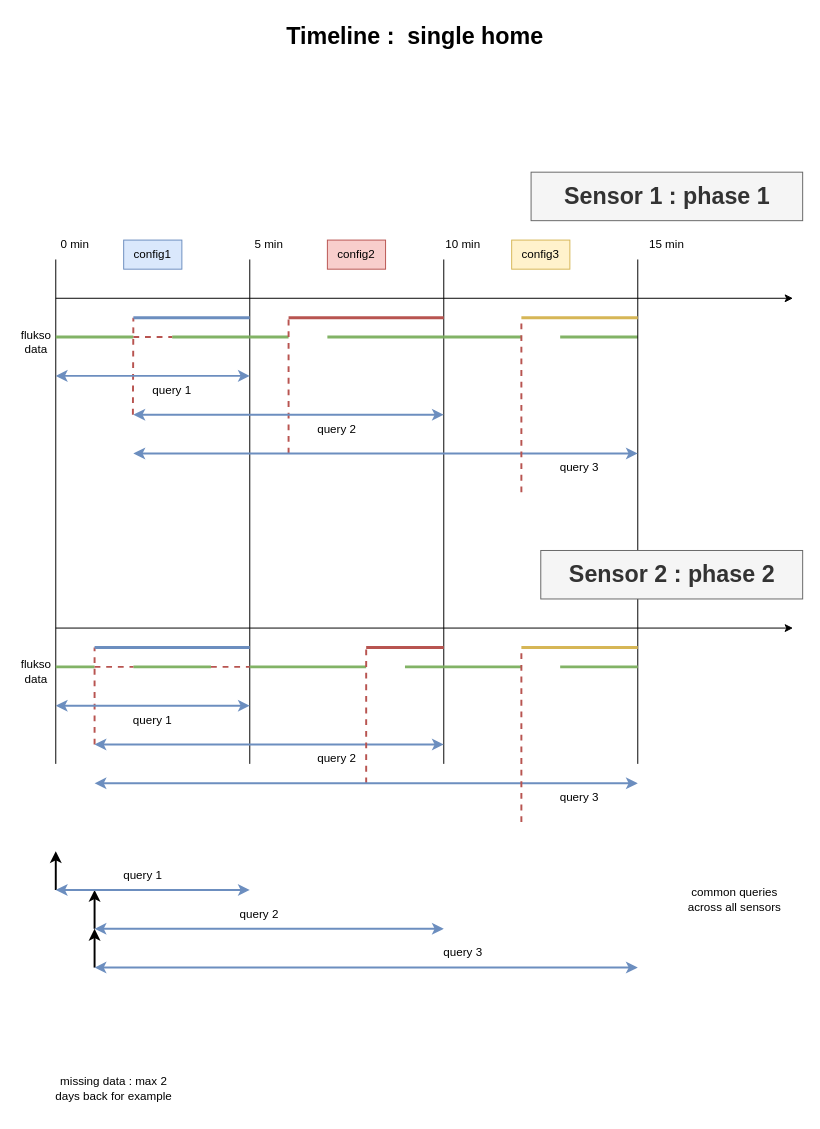
Earlier version of the draw.io diagram page "config_timelines" (11 of 11) of documentation/documentation_diagrams.drawio (AlexandreHnf/Voisin-d-energie-ULB). Source tidied: cells renumbered, new cells numbered last; positions are measured from the earlier drawing's top-left corner, leaving out a move shared by most shapes. Both pictures are drawn from the tidied source at 97%, with x=0, y=0 at pixel (16, 16).
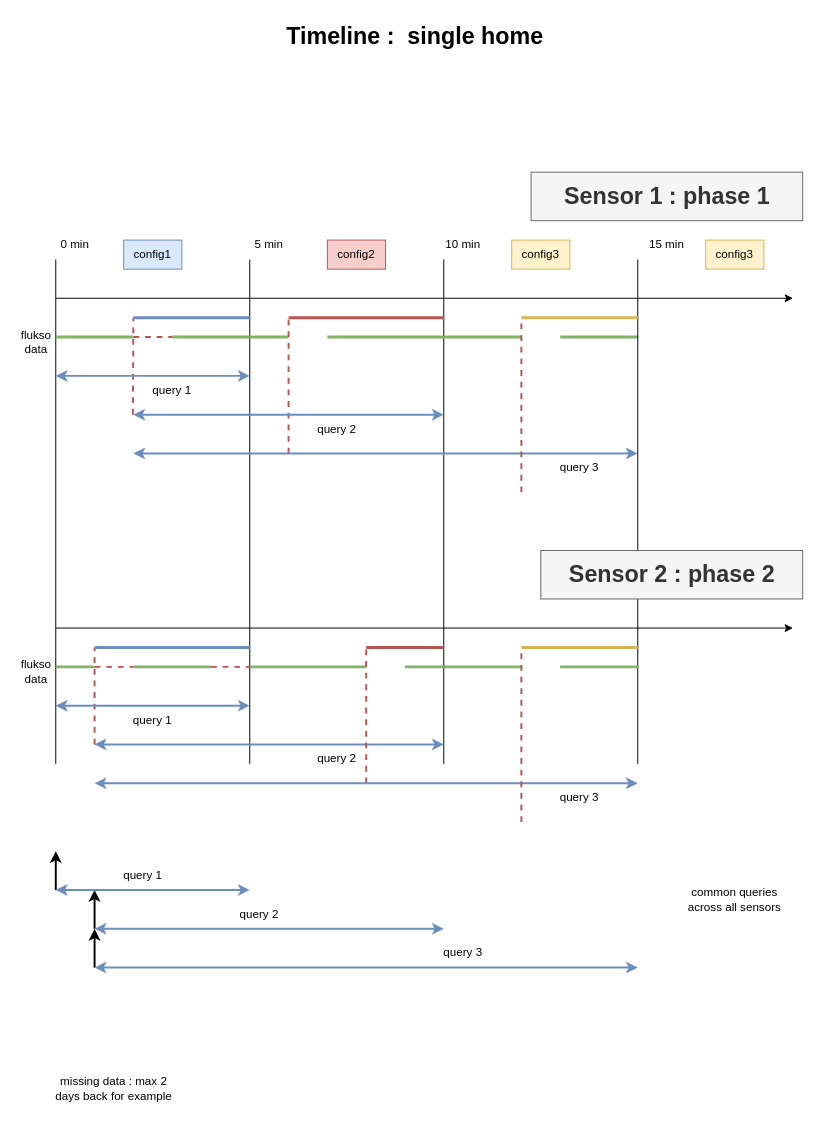
After the change.

The edit, as a diff of the source:
```diff
@@
+    <mxCell id="70" value="config3" style="text;html=1;strokeColor=#d6b656;fillColor=#fff2cc;align=center;verticalAlign=middle;whiteSpace=wrap;rounded=0;" parent="1" vertex="1">
+      <mxGeometry x="710" y="230" width="60" height="30" as="geometry" />
+    </mxCell>
```
